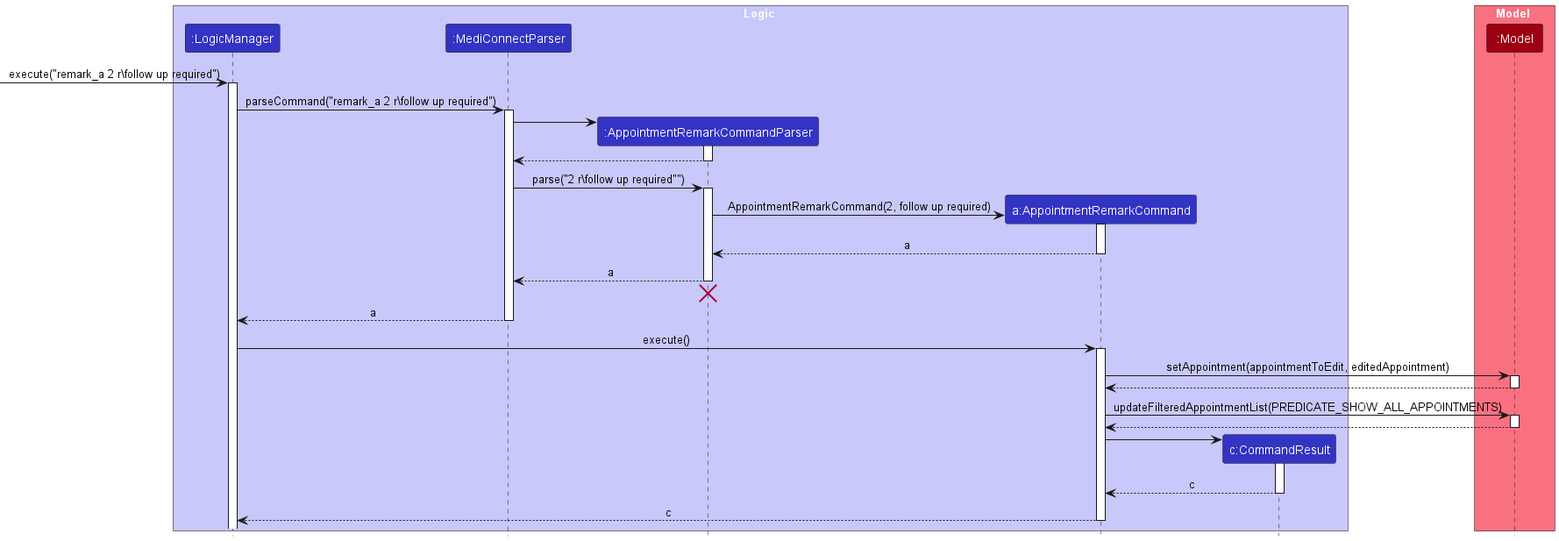
Earlier version of the PlantUML export docs/images/EditRemarkSequenceDiagram.png (yanghengtang/tp).
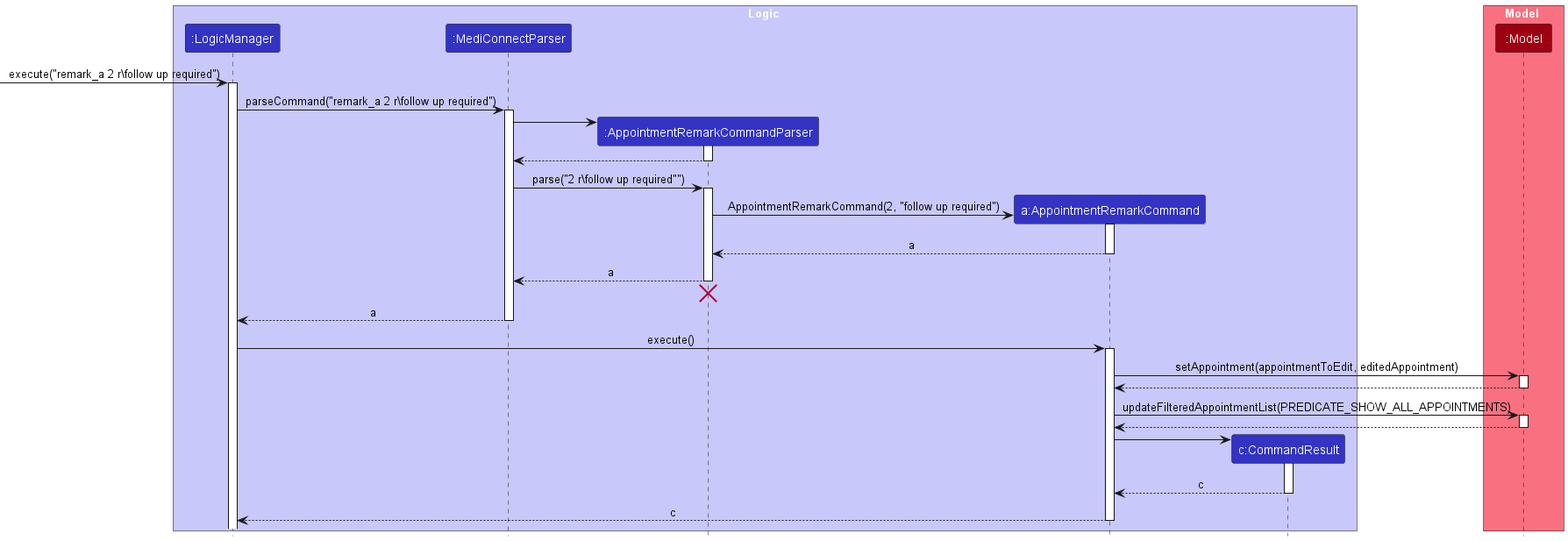
After the change.

The edit, as a diff of the source:
```diff
@@ -31,7 +31,7 @@
 activate AppointmentRemarkCommandParser
 
 create AppointmentRemarkCommand
-AppointmentRemarkCommandParser -> AppointmentRemarkCommand : AppointmentRemarkCommand(2, follow up required)
+AppointmentRemarkCommandParser -> AppointmentRemarkCommand : AppointmentRemarkCommand(2, "follow up required")
 activate AppointmentRemarkCommand
 
 AppointmentRemarkCommand --> AppointmentRemarkCommandParser : a
```
